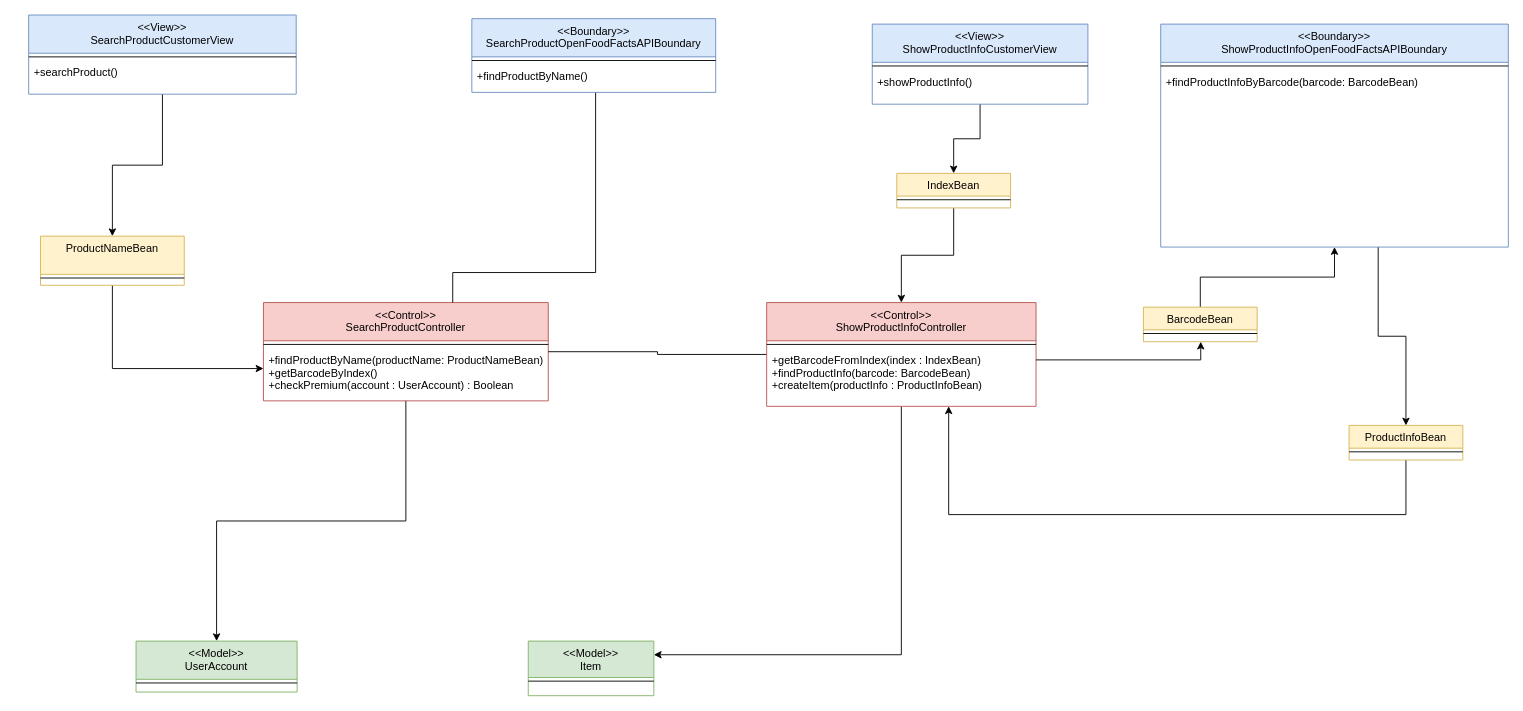
This is docx&pdf/ClassDiagram_BCE/DESIGN_SearchProduct.drawio from FredHats99/HealthyCart, a draw.io file, before an edit. Source tidied: cells renumbered, new cells numbered last; positions are measured from the earlier drawing's top-left corner, leaving out a move shared by most shapes. Both pictures are drawn from the tidied source at 91%, with x=0, y=0 at pixel (28, 15).
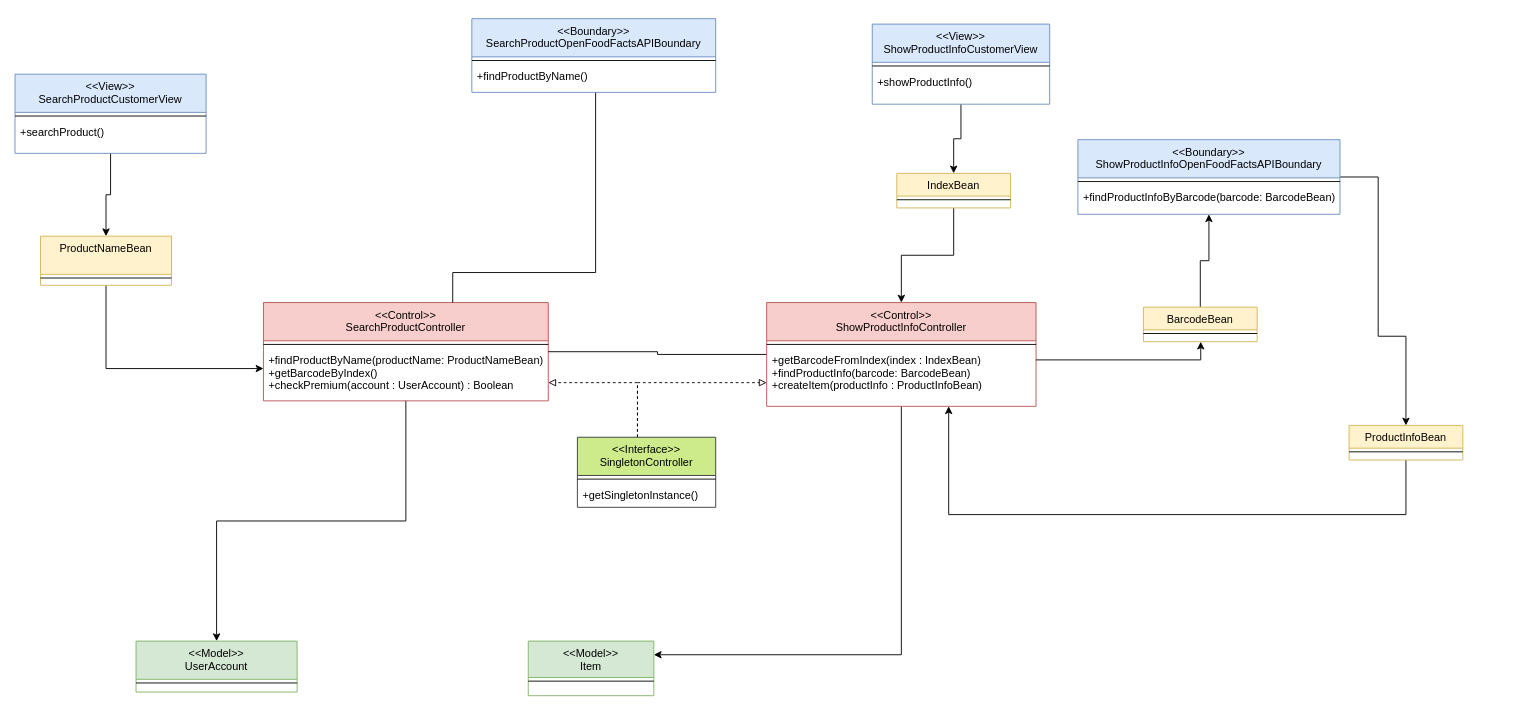
Above is the later version.

Commit message (it also covers changes not shown here):
Applied the singleton design pattern to SearchProduct

The change refers to these unchanged cells:
```xml
<mxCell id="10" value="+findProductByName(productName: ProductNameBean)&#10;+getBarcodeByIndex()&#10;+checkPremium(account : UserAccount) : Boolean" style="text;align=left;verticalAlign=top;spacingLeft=4;spacingRight=4;overflow=hidden;points=[[0,0.5],[1,0.5]];portConstraint=eastwest;" parent="8" vertex="1">
  <mxGeometry y="50" width="313" height="45" as="geometry" />
</mxCell>
<mxCell id="25" value="&lt;&lt;Control&gt;&gt;&#10;ShowProductInfoController" style="swimlane;fontStyle=0;align=center;verticalAlign=top;horizontal=1;startSize=42;rounded=0;shadow=0;strokeWidth=1;fillColor=#f8cecc;strokeColor=#b85450;" parent="1" vertex="1">
  <mxGeometry x="811" y="316" width="296" height="114" as="geometry" />
</mxCell>
```

Change to the diagram source:
```diff
@@
     <mxCell id="12" value="&lt;&lt;View&gt;&gt;&#10;SearchProductCustomerView" style="swimlane;fontStyle=0;align=center;verticalAlign=top;horizontal=1;startSize=42;rounded=0;shadow=0;strokeWidth=1;fillColor=#dae8fc;strokeColor=#6c8ebf;" parent="1" vertex="1">
-      <mxGeometry width="294" height="87" as="geometry" />
+      <mxGeometry x="-15" y="65" width="210" height="87" as="geometry" />
     </mxCell>
     <mxCell id="13" style="line;html=1;strokeWidth=1;align=left;verticalAlign=middle;spacingTop=-1;spacingLeft=3;spacingRight=3;labelPosition=right;" parent="12" vertex="1">
-      <mxGeometry y="42" width="294" height="8" as="geometry" />
+      <mxGeometry y="42" width="210" height="8" as="geometry" />
     </mxCell>
     <mxCell id="14" value="+searchProduct()" style="text;align=left;verticalAlign=top;spacingLeft=4;spacingRight=4;overflow=hidden;" parent="12" vertex="1">
-      <mxGeometry y="50" width="294" height="37" as="geometry" />
+      <mxGeometry y="50" width="210" height="37" as="geometry" />
     </mxCell>
@@
     <mxCell id="20" value="&lt;&lt;View&gt;&gt;&#10;ShowProductInfoCustomerView" style="swimlane;fontStyle=0;align=center;verticalAlign=top;horizontal=1;startSize=42;rounded=0;shadow=0;strokeWidth=1;fillColor=#dae8fc;strokeColor=#6c8ebf;" parent="1" vertex="1">
-      <mxGeometry x="927" y="10" width="237" height="88" as="geometry" />
+      <mxGeometry x="927" y="10" width="195" height="88" as="geometry" />
     </mxCell>
     <mxCell id="21" style="line;html=1;strokeWidth=1;align=left;verticalAlign=middle;spacingTop=-1;spacingLeft=3;spacingRight=3;labelPosition=right;" parent="20" vertex="1">
-      <mxGeometry y="42" width="237" height="8" as="geometry" />
+      <mxGeometry y="42" width="195" height="8" as="geometry" />
     </mxCell>
     <mxCell id="22" value="+showProductInfo()" style="text;align=left;verticalAlign=top;spacingLeft=4;spacingRight=4;overflow=hidden;" parent="20" vertex="1">
-      <mxGeometry y="50" width="237" height="38" as="geometry" />
+      <mxGeometry y="50" width="195" height="38" as="geometry" />
     </mxCell>
@@
     <mxCell id="29" value="&lt;&lt;Boundary&gt;&gt;&#10;ShowProductInfoOpenFoodFactsAPIBoundary" style="swimlane;fontStyle=0;align=center;verticalAlign=top;horizontal=1;startSize=42;rounded=0;shadow=0;strokeWidth=1;fillColor=#dae8fc;strokeColor=#6c8ebf;" parent="1" vertex="1">
-      <mxGeometry x="1244" y="10" width="382" height="245" as="geometry" />
+      <mxGeometry x="1153" y="137" width="288" height="82" as="geometry" />
     </mxCell>
     <mxCell id="30" style="line;html=1;strokeWidth=1;align=left;verticalAlign=middle;spacingTop=-1;spacingLeft=3;spacingRight=3;labelPosition=right;" parent="29" vertex="1">
-      <mxGeometry y="42" width="382" height="8" as="geometry" />
+      <mxGeometry y="42" width="288" height="8" as="geometry" />
     </mxCell>
     <mxCell id="31" value="+findProductInfoByBarcode(barcode: BarcodeBean) " style="text;align=left;verticalAlign=top;spacingLeft=4;spacingRight=4;overflow=hidden;" parent="29" vertex="1">
-      <mxGeometry y="50" width="382" height="118" as="geometry" />
+      <mxGeometry y="50" width="288" height="32" as="geometry" />
     </mxCell>
@@
     <mxCell id="33" value="ProductNameBean" style="swimlane;fontStyle=0;align=center;verticalAlign=top;horizontal=1;startSize=42;rounded=0;shadow=0;strokeWidth=1;fillColor=#fff2cc;strokeColor=#d6b656;" parent="1" vertex="1">
-      <mxGeometry x="13" y="243" width="158" height="54" as="geometry" />
+      <mxGeometry x="13" y="243" width="144" height="54" as="geometry" />
     </mxCell>
     <mxCell id="34" style="line;html=1;strokeWidth=1;align=left;verticalAlign=middle;spacingTop=-1;spacingLeft=3;spacingRight=3;labelPosition=right;" parent="33" vertex="1">
-      <mxGeometry y="42" width="158" height="8" as="geometry" />
+      <mxGeometry y="42" width="144" height="8" as="geometry" />
     </mxCell>
@@
+    <mxCell id="45" style="edgeStyle=orthogonalEdgeStyle;rounded=0;jettySize=auto;html=1;endArrow=block;endFill=0;dashed=1;" parent="1" edge="1" source="47" target="10">
+      <mxGeometry relative="1" as="geometry">
+        <Array as="points">
+          <mxPoint x="669" y="404" />
+        </Array>
+      </mxGeometry>
+    </mxCell>
+    <mxCell id="46" style="edgeStyle=orthogonalEdgeStyle;rounded=0;jettySize=auto;html=1;endArrow=block;endFill=0;dashed=1;" parent="1" edge="1" source="47" target="25">
+      <mxGeometry relative="1" as="geometry">
+        <Array as="points">
+          <mxPoint x="669" y="404" />
+        </Array>
+      </mxGeometry>
+    </mxCell>
+    <mxCell id="47" value="&lt;&lt;Interface&gt;&gt;&#10;SingletonController" style="swimlane;fontStyle=0;align=center;verticalAlign=top;horizontal=1;startSize=42;rounded=0;shadow=0;strokeWidth=1;fillColor=#cdeb8b;strokeColor=#36393d;" parent="1" vertex="1">
+      <mxGeometry x="603" y="464" width="152" height="77" as="geometry" />
+    </mxCell>
+    <mxCell id="48" style="line;html=1;strokeWidth=1;align=left;verticalAlign=middle;spacingTop=-1;spacingLeft=3;spacingRight=3;labelPosition=right;" parent="47" vertex="1">
+      <mxGeometry y="42" width="152" height="8" as="geometry" />
+    </mxCell>
+    <mxCell id="49" value="+getSingletonInstance()" style="text;align=left;verticalAlign=top;spacingLeft=4;spacingRight=4;overflow=hidden;" parent="47" vertex="1">
+      <mxGeometry y="50" width="152" height="24" as="geometry" />
+    </mxCell>
```
